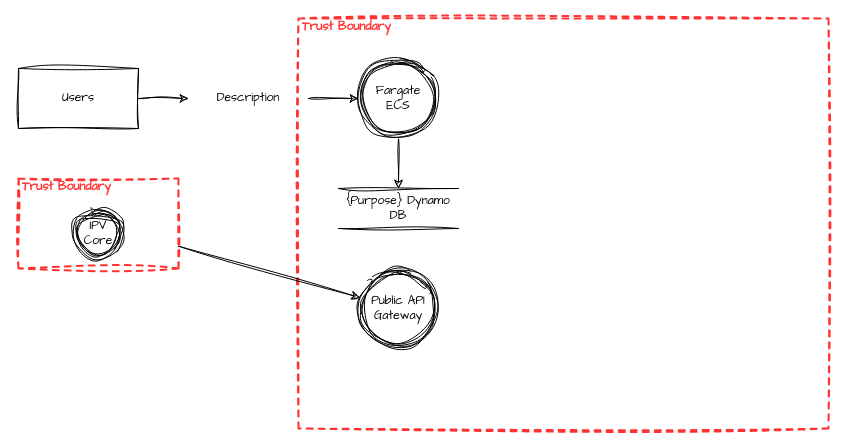
The draw.io diagram Untitled Diagram.drawio in Jim-Sweeting/Drawio, before the edit. Source tidied: cells renumbered, new cells numbered last; positions are measured from the earlier drawing's top-left corner, leaving out a move shared by most shapes. Both pictures are drawn from the tidied source at 100%, with x=0, y=0 at pixel (18, 18).
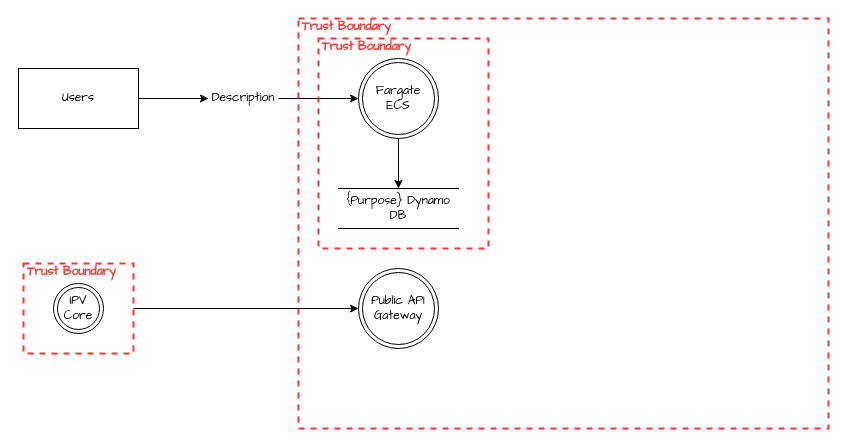
Above is the later version.

Commit message:
Changed from sketch format.

What changed in the source:
```diff
@@
 <mxGraphModel>
   <root>
     <mxCell id="0" />
     <mxCell id="1" parent="0" />
-    <mxCell id="2" value="Users" style="rounded=0;whiteSpace=wrap;html=1;sketch=1;hachureGap=4;jiggle=2;curveFitting=1;fontFamily=Architects Daughter;fontSize=12;" parent="1" vertex="1">
+    <mxCell id="2" value="Users" style="rounded=0;whiteSpace=wrap;html=1;hachureGap=4;fontFamily=Architects Daughter;fontSize=12;" parent="1" vertex="1">
       <mxGeometry y="50" width="120" height="60" as="geometry" />
     </mxCell>
-    <mxCell id="3" style="edgeStyle=orthogonalEdgeStyle;rounded=0;sketch=1;hachureGap=4;jiggle=2;curveFitting=1;jettySize=auto;html=1;fontFamily=Architects Daughter;fontSize=12;" parent="1" edge="1" source="4" target="6">
+    <mxCell id="3" style="edgeStyle=orthogonalEdgeStyle;rounded=0;hachureGap=4;jettySize=auto;html=1;fontFamily=Architects Daughter;fontSize=12;" parent="1" edge="1" source="4" target="6">
       <mxGeometry relative="1" as="geometry" />
     </mxCell>
-    <mxCell id="4" value="Fargate ECS" style="ellipse;shape=doubleEllipse;whiteSpace=wrap;html=1;sketch=1;hachureGap=4;jiggle=2;curveFitting=1;fontFamily=Architects Daughter;fontSize=12;" parent="1" vertex="1">
+    <mxCell id="4" value="Fargate ECS" style="ellipse;shape=doubleEllipse;whiteSpace=wrap;html=1;hachureGap=4;fontFamily=Architects Daughter;fontSize=12;rounded=0;" parent="1" vertex="1">
       <mxGeometry x="340" y="40" width="80" height="80" as="geometry" />
     </mxCell>
-    <mxCell id="5" style="endArrow=classic;html=1;fontColor=#FF3333;rounded=0;sketch=1;hachureGap=4;jiggle=2;curveFitting=1;fontFamily=Architects Daughter;fontSize=12;" parent="1" edge="1" source="8" target="4">
+    <mxCell id="5" style="endArrow=classic;html=1;fontColor=#FF3333;rounded=0;hachureGap=4;fontFamily=Architects Daughter;fontSize=12;" parent="1" edge="1" source="8" target="4">
       <mxGeometry relative="1" as="geometry" />
     </mxCell>
-    <mxCell id="6" value="{Purpose} Dynamo DB" style="shape=partialRectangle;whiteSpace=wrap;html=1;left=0;right=0;fillColor=none;sketch=1;hachureGap=4;jiggle=2;curveFitting=1;fontFamily=Architects Daughter;fontSize=12;" parent="1" vertex="1">
+    <mxCell id="6" value="{Purpose} Dynamo DB" style="shape=partialRectangle;whiteSpace=wrap;html=1;left=0;right=0;fillColor=none;hachureGap=4;fontFamily=Architects Daughter;fontSize=12;rounded=0;" parent="1" vertex="1">
       <mxGeometry x="320" y="170" width="120" height="40" as="geometry" />
     </mxCell>
-    <mxCell id="7" style="endArrow=classic;html=1;fontColor=#FF3333;rounded=0;sketch=1;hachureGap=4;jiggle=2;curveFitting=1;fontFamily=Architects Daughter;fontSize=12;" parent="1" edge="1" source="2" target="8">
+    <mxCell id="7" style="endArrow=classic;html=1;fontColor=#FF3333;rounded=0;hachureGap=4;fontFamily=Architects Daughter;fontSize=12;" parent="1" edge="1" source="2" target="8">
       <mxGeometry relative="1" as="geometry" />
     </mxCell>
-    <mxCell id="8" value="Description" style="text;html=1;strokeColor=none;fillColor=none;align=center;verticalAlign=middle;whiteSpace=wrap;overflow=hidden;fontSize=12;fontFamily=Architects Daughter;" parent="1" vertex="1">
-      <mxGeometry x="170" y="65" width="120" height="30" as="geometry" />
+    <mxCell id="8" value="Description" style="text;html=1;strokeColor=none;fillColor=none;align=center;verticalAlign=middle;whiteSpace=wrap;overflow=hidden;fontSize=12;fontFamily=Architects Daughter;rounded=0;" parent="1" vertex="1">
+      <mxGeometry x="190" y="65" width="70" height="30" as="geometry" />
     </mxCell>
-    <mxCell id="9" value="Trust Boundary" style="html=1;fontColor=#FF3333;fontStyle=1;align=left;verticalAlign=top;spacing=0;labelBorderColor=none;fillColor=none;dashed=1;strokeWidth=2;strokeColor=#FF3333;spacingLeft=4;spacingTop=-3;sketch=1;hachureGap=4;jiggle=2;curveFitting=1;fontFamily=Architects Daughter;fontSize=12;" parent="1" vertex="1">
+    <mxCell id="9" value="Trust Boundary" style="html=1;fontColor=#FF3333;fontStyle=1;align=left;verticalAlign=top;spacing=0;labelBorderColor=none;fillColor=none;dashed=1;strokeWidth=2;strokeColor=#FF3333;spacingLeft=4;spacingTop=-3;hachureGap=4;fontFamily=Architects Daughter;fontSize=12;rounded=0;" parent="1" vertex="1">
       <mxGeometry x="280" width="530" height="410" as="geometry" />
     </mxCell>
-    <mxCell id="10" value="Public API Gateway" style="ellipse;shape=doubleEllipse;whiteSpace=wrap;html=1;sketch=1;hachureGap=4;jiggle=2;curveFitting=1;fontFamily=Architects Daughter;fontSize=12;" parent="1" vertex="1">
+    <mxCell id="10" value="Public API Gateway" style="ellipse;shape=doubleEllipse;whiteSpace=wrap;html=1;hachureGap=4;fontFamily=Architects Daughter;fontSize=12;rounded=0;" parent="1" vertex="1">
       <mxGeometry x="340" y="250" width="80" height="80" as="geometry" />
     </mxCell>
-    <mxCell id="11" style="rounded=0;sketch=1;hachureGap=4;jiggle=2;curveFitting=1;jettySize=auto;html=1;fontFamily=Architects Daughter;fontSize=12;" parent="1" edge="1" source="12" target="10">
+    <mxCell id="11" style="rounded=0;hachureGap=4;jettySize=auto;html=1;fontFamily=Architects Daughter;fontSize=12;" parent="1" edge="1" source="12" target="10">
       <mxGeometry relative="1" as="geometry" />
     </mxCell>
-    <mxCell id="12" value="Trust Boundary" style="html=1;fontColor=#FF3333;fontStyle=1;align=left;verticalAlign=top;spacing=0;labelBorderColor=none;fillColor=none;dashed=1;strokeWidth=2;strokeColor=#FF3333;spacingLeft=4;spacingTop=-3;sketch=1;hachureGap=4;jiggle=2;curveFitting=1;fontFamily=Architects Daughter;fontSize=12;" parent="1" vertex="1">
-      <mxGeometry y="160" width="160" height="90" as="geometry" />
+    <mxCell id="12" value="Trust Boundary" style="html=1;fontColor=#FF3333;fontStyle=1;align=left;verticalAlign=top;spacing=0;labelBorderColor=none;fillColor=none;dashed=1;strokeWidth=2;strokeColor=#FF3333;spacingLeft=4;spacingTop=-3;hachureGap=4;fontFamily=Architects Daughter;fontSize=12;rounded=0;" parent="1" vertex="1">
+      <mxGeometry x="5" y="245" width="110" height="90" as="geometry" />
     </mxCell>
-    <mxCell id="13" value="IPV Core" style="ellipse;shape=doubleEllipse;whiteSpace=wrap;html=1;sketch=1;hachureGap=4;jiggle=2;curveFitting=1;fontFamily=Architects Daughter;fontSize=12;" parent="1" vertex="1">
-      <mxGeometry x="55" y="190" width="50" height="50" as="geometry" />
+    <mxCell id="13" value="IPV Core" style="ellipse;shape=doubleEllipse;whiteSpace=wrap;html=1;hachureGap=4;fontFamily=Architects Daughter;fontSize=12;rounded=0;" parent="1" vertex="1">
+      <mxGeometry x="35" y="265" width="50" height="50" as="geometry" />
     </mxCell>
+    <mxCell id="14" value="Trust Boundary" style="html=1;fontColor=#FF3333;fontStyle=1;align=left;verticalAlign=top;spacing=0;labelBorderColor=none;fillColor=none;dashed=1;strokeWidth=2;strokeColor=#FF3333;spacingLeft=4;spacingTop=-3;hachureGap=4;fontFamily=Architects Daughter;fontSize=12;rounded=0;" parent="1" vertex="1">
+      <mxGeometry x="300" y="20" width="170" height="210" as="geometry" />
+    </mxCell>
   </root>
 </mxGraphModel>
```
